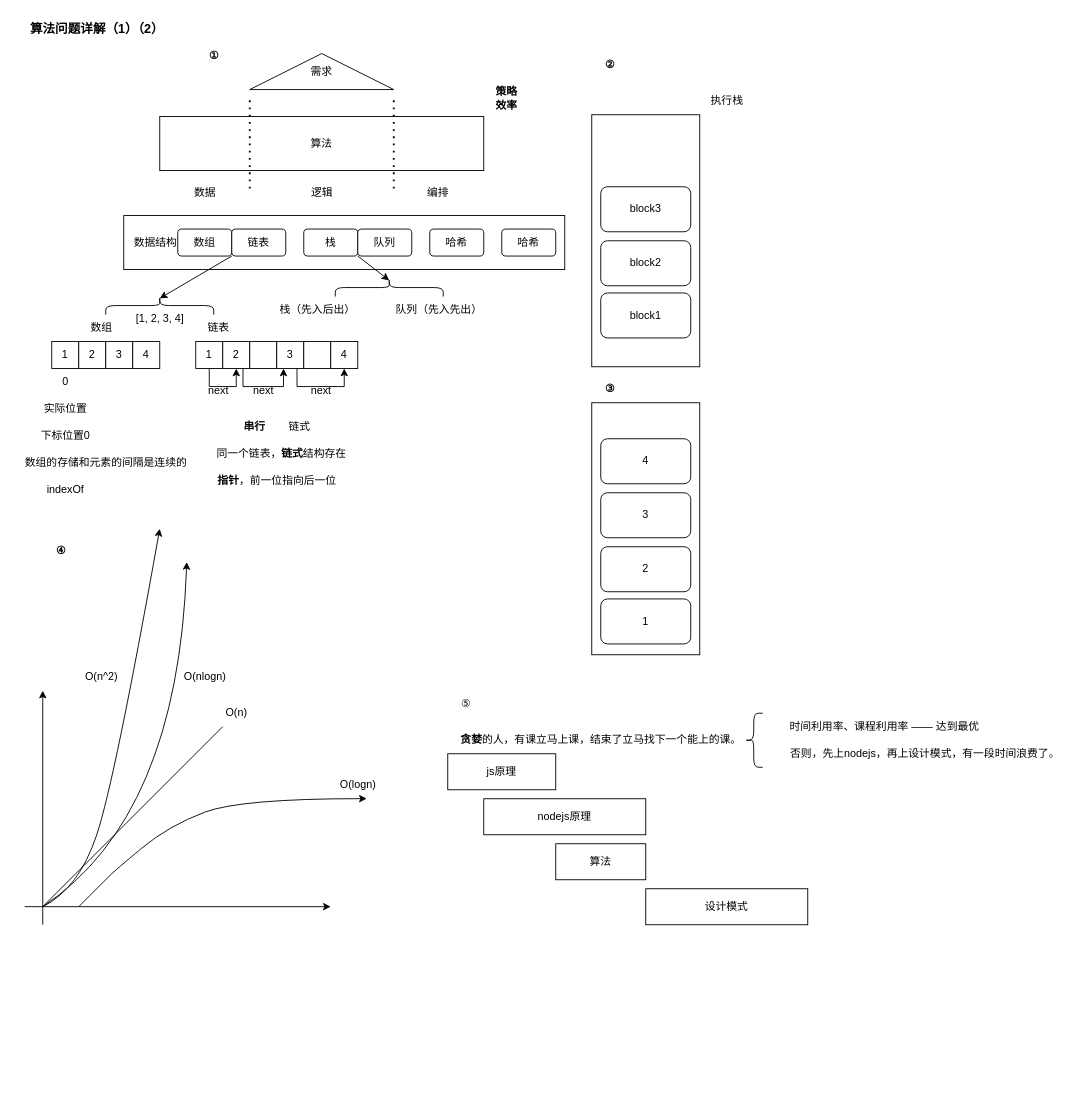
The draw.io diagram page "算法问题详解（1）（2）——云隐" (19 of 19) of formal_lessons/imgs/【爪哇教育】web304.drawio in djsz3y/zhaowa-study-notes, before the edit. Source tidied: cells renumbered, new cells numbered last; positions are measured from the earlier drawing's top-left corner, leaving out a move shared by most shapes. Both pictures are drawn from the tidied source at 90%, with x=0, y=0 at pixel (15, 15).
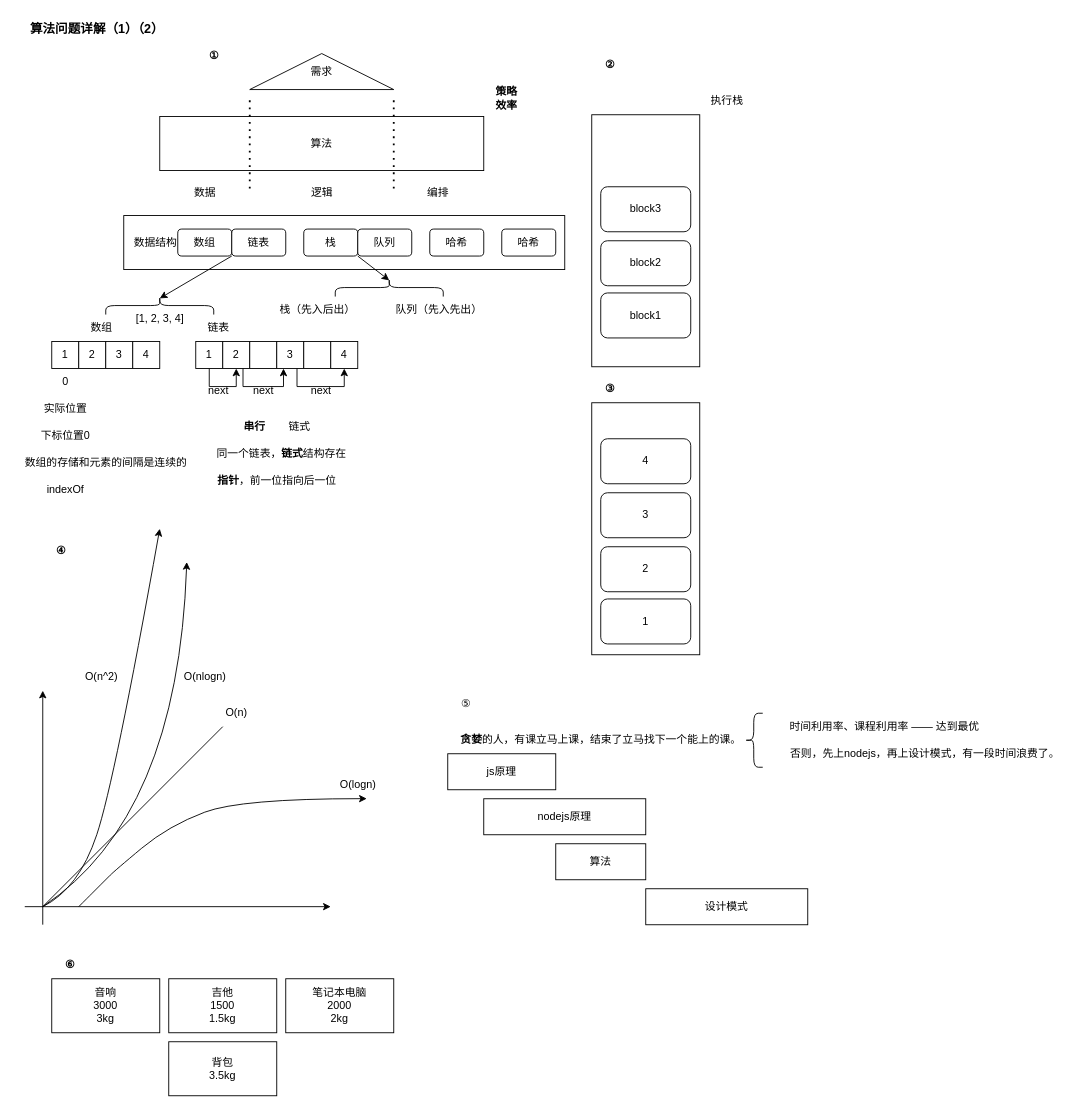
The same diagram, later.

Commit message:
更新【爪哇教育】web304.drawio

Change to the diagram source:
```diff
@@
+    <mxCell id="92" style="group;" parent="1" vertex="1">
+      <mxGeometry x="40" y="1040" width="380" height="160" as="geometry" />
+    </mxCell>
+    <mxCell id="93" value="音响&lt;br&gt;3000&lt;br&gt;3kg" style="rounded=0;whiteSpace=wrap;html=1;" parent="92" vertex="1">
+      <mxGeometry y="30" width="120" height="60" as="geometry" />
+    </mxCell>
+    <mxCell id="94" value="吉他&lt;br&gt;1500&lt;br&gt;1.5kg" style="rounded=0;whiteSpace=wrap;html=1;" parent="92" vertex="1">
+      <mxGeometry x="130" y="30" width="120" height="60" as="geometry" />
+    </mxCell>
+    <mxCell id="95" value="笔记本电脑&lt;br&gt;2000&lt;br&gt;2kg" style="rounded=0;whiteSpace=wrap;html=1;" parent="92" vertex="1">
+      <mxGeometry x="260" y="30" width="120" height="60" as="geometry" />
+    </mxCell>
+    <mxCell id="96" value="背包&lt;br&gt;3.5kg" style="rounded=0;whiteSpace=wrap;html=1;" parent="92" vertex="1">
+      <mxGeometry x="130" y="100" width="120" height="60" as="geometry" />
+    </mxCell>
+    <mxCell id="97" value="⑥" style="text;html=1;align=center;verticalAlign=middle;strokeColor=none;fillColor=none;fontStyle=1;" parent="92" vertex="1">
+      <mxGeometry width="40" height="30" as="geometry" />
+    </mxCell>
```
